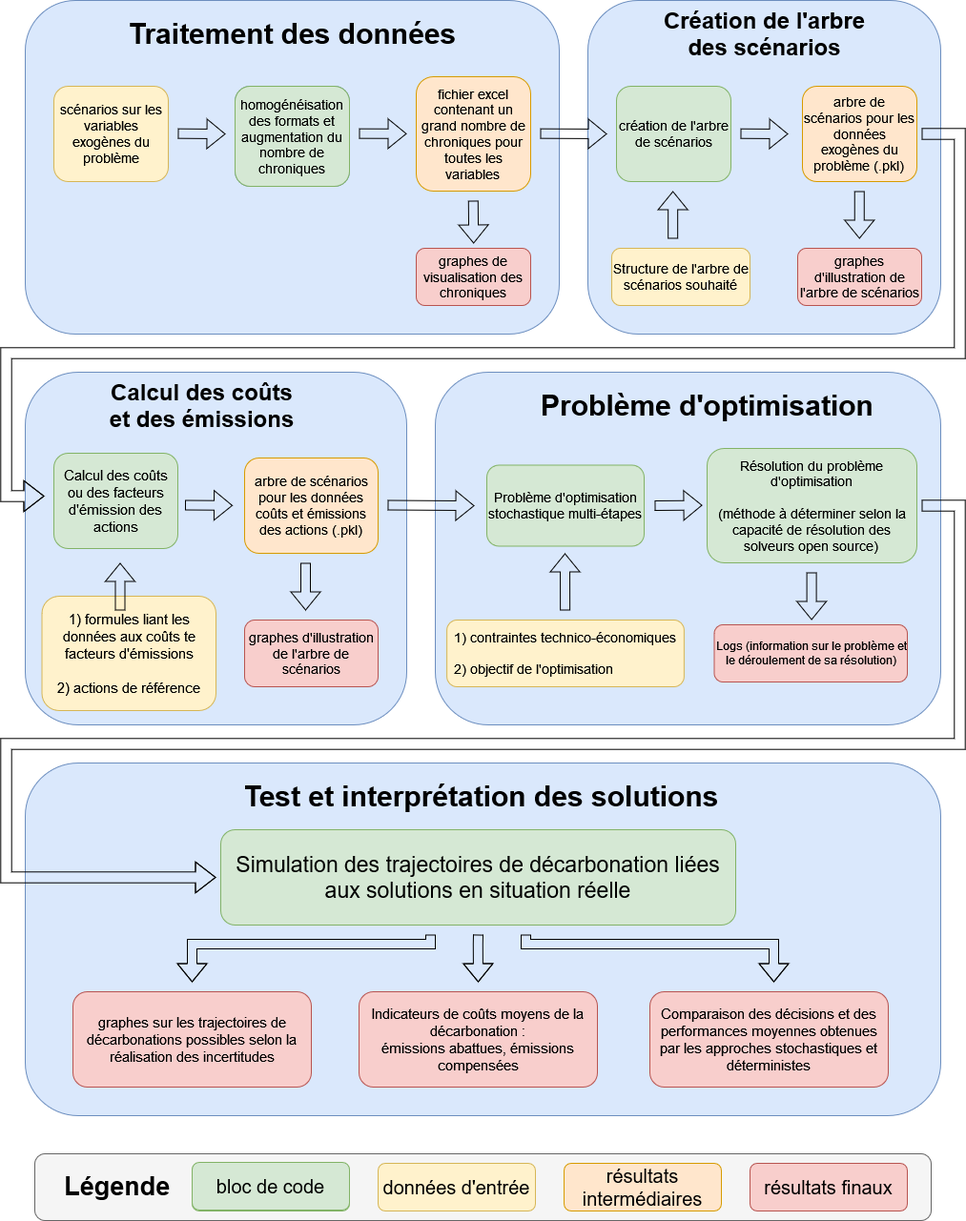
Earlier version of the draw.io export architecture_opticarb.drawio.png (Schlegen/drawio_schemes). Source tidied: cells renumbered, new cells last; positions are measured from the earlier drawing's top-left corner, leaving out a move shared by most shapes.
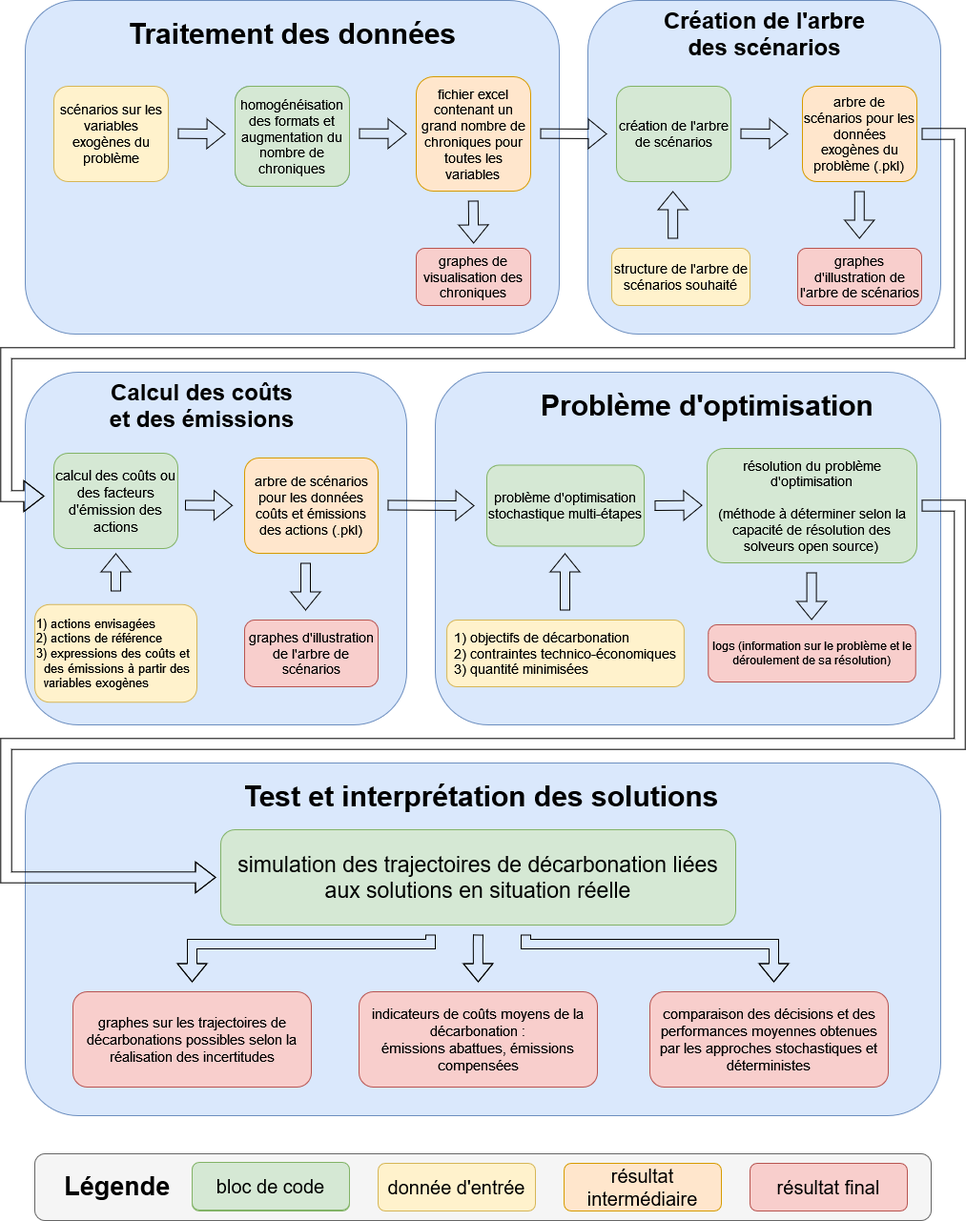
After the commit.

Change to the diagram source:
```diff
@@ -86,7 +86,7 @@
     <mxCell id="22" value="&lt;div&gt;&lt;font style=&quot;font-size: 14px;&quot;&gt;graphes d'illustration de l'arbre de scénarios&lt;/font&gt;&lt;/div&gt;" style="rounded=1;whiteSpace=wrap;html=1;fillColor=#f8cecc;strokeColor=#b85450;" parent="1" vertex="1">
       <mxGeometry x="830" y="260" width="130" height="60" as="geometry" />
     </mxCell>
-    <mxCell id="23" value="&lt;div style=&quot;font-size: 14px;&quot;&gt;&lt;font style=&quot;font-size: 14px;&quot;&gt;Problème d'optimisation stochastique multi-étapes&lt;br&gt;&lt;/font&gt;&lt;/div&gt;" style="rounded=1;whiteSpace=wrap;html=1;fillColor=#d5e8d4;strokeColor=#82b366;" parent="1" vertex="1">
+    <mxCell id="23" value="&lt;div style=&quot;font-size: 14px;&quot;&gt;&lt;font style=&quot;font-size: 14px;&quot;&gt;problème d'optimisation stochastique multi-étapes&lt;br&gt;&lt;/font&gt;&lt;/div&gt;" style="rounded=1;whiteSpace=wrap;html=1;fillColor=#d5e8d4;strokeColor=#82b366;" parent="1" vertex="1">
       <mxGeometry x="504" y="487.5" width="165" height="85" as="geometry" />
     </mxCell>
     <mxCell id="24" style="shape=flexArrow;endArrow=classic;html=1;rounded=0;width=11.428571428571429;endSize=6.666666666666666;startArrow=none;" parent="1" edge="1">
@@ -145,25 +145,25 @@
     <mxCell id="31" value="&lt;font style=&quot;font-size: 20px;&quot;&gt;bloc de code&lt;/font&gt;" style="rounded=1;whiteSpace=wrap;html=1;fillColor=#d5e8d4;strokeColor=#82b366;" parent="1" vertex="1">
       <mxGeometry x="195" y="1220" width="165" height="50" as="geometry" />
     </mxCell>
-    <mxCell id="32" value="&lt;div&gt;&lt;font style=&quot;font-size: 20px;&quot;&gt;données d'entrée&lt;/font&gt;&lt;/div&gt;" style="rounded=1;whiteSpace=wrap;html=1;fillColor=#fff2cc;strokeColor=#d6b656;" parent="1" vertex="1">
+    <mxCell id="32" value="&lt;div&gt;&lt;font style=&quot;font-size: 20px;&quot;&gt;donnée d'entrée&lt;/font&gt;&lt;/div&gt;" style="rounded=1;whiteSpace=wrap;html=1;fillColor=#fff2cc;strokeColor=#d6b656;" parent="1" vertex="1">
       <mxGeometry x="390" y="1220" width="165" height="50" as="geometry" />
     </mxCell>
-    <mxCell id="33" value="&lt;font style=&quot;font-size: 15px;&quot;&gt;Comparaison des décisions et des performances moyennes obtenues par les approches stochastiques et déterministes&lt;/font&gt;" style="rounded=1;whiteSpace=wrap;html=1;fillColor=#f8cecc;strokeColor=#b85450;" parent="1" vertex="1">
+    <mxCell id="33" value="&lt;font style=&quot;font-size: 15px;&quot;&gt;comparaison des décisions et des performances moyennes obtenues par les approches stochastiques et déterministes&lt;/font&gt;" style="rounded=1;whiteSpace=wrap;html=1;fillColor=#f8cecc;strokeColor=#b85450;" parent="1" vertex="1">
       <mxGeometry x="675" y="1040" width="250" height="100" as="geometry" />
     </mxCell>
-    <mxCell id="34" value="&lt;font style=&quot;font-size: 20px;&quot;&gt;résultats finaux&lt;/font&gt;" style="rounded=1;whiteSpace=wrap;html=1;fillColor=#f8cecc;strokeColor=#b85450;" parent="1" vertex="1">
+    <mxCell id="34" value="&lt;font style=&quot;font-size: 20px;&quot;&gt;résultat final&lt;/font&gt;" style="rounded=1;whiteSpace=wrap;html=1;fillColor=#f8cecc;strokeColor=#b85450;" parent="1" vertex="1">
       <mxGeometry x="780" y="1220" width="165" height="50" as="geometry" />
     </mxCell>
-    <mxCell id="35" value="&lt;div style=&quot;font-size: 15px;&quot;&gt;&lt;font style=&quot;font-size: 15px;&quot;&gt;Indicateurs de coûts moyens de la décarbonation : &lt;br&gt;&lt;/font&gt;&lt;/div&gt;&lt;div style=&quot;font-size: 15px;&quot;&gt;&lt;font style=&quot;font-size: 15px;&quot;&gt;émissions abattues, émissions compensées&lt;/font&gt;&lt;/div&gt;" style="rounded=1;whiteSpace=wrap;html=1;fillColor=#f8cecc;strokeColor=#b85450;" parent="1" vertex="1">
+    <mxCell id="35" value="&lt;div style=&quot;font-size: 15px;&quot;&gt;&lt;font style=&quot;font-size: 15px;&quot;&gt;indicateurs de coûts moyens de la décarbonation : &lt;br&gt;&lt;/font&gt;&lt;/div&gt;&lt;div style=&quot;font-size: 15px;&quot;&gt;&lt;font style=&quot;font-size: 15px;&quot;&gt;émissions abattues, émissions compensées&lt;/font&gt;&lt;/div&gt;" style="rounded=1;whiteSpace=wrap;html=1;fillColor=#f8cecc;strokeColor=#b85450;" parent="1" vertex="1">
       <mxGeometry x="370" y="1040" width="250" height="100" as="geometry" />
     </mxCell>
     <mxCell id="36" value="&lt;font style=&quot;font-size: 15px;&quot;&gt;graphes sur les trajectoires de décarbonations possibles selon la réalisation des incertitudes&lt;/font&gt;" style="rounded=1;whiteSpace=wrap;html=1;fillColor=#f8cecc;strokeColor=#b85450;" parent="1" vertex="1">
       <mxGeometry x="70" y="1040" width="250" height="100" as="geometry" />
     </mxCell>
-    <mxCell id="37" value="&lt;font style=&quot;font-size: 20px;&quot;&gt;résultats intermédiaires&lt;/font&gt;" style="rounded=1;whiteSpace=wrap;html=1;fillColor=#ffe6cc;strokeColor=#d79b00;" parent="1" vertex="1">
+    <mxCell id="37" value="&lt;font style=&quot;font-size: 20px;&quot;&gt;résultat intermédiaire&lt;/font&gt;" style="rounded=1;whiteSpace=wrap;html=1;fillColor=#ffe6cc;strokeColor=#d79b00;" parent="1" vertex="1">
       <mxGeometry x="585" y="1220" width="165" height="50" as="geometry" />
     </mxCell>
-    <mxCell id="38" value="&lt;font style=&quot;font-size: 23px;&quot;&gt;Simulation des trajectoires de décarbonation liées aux solutions en situation réelle&lt;/font&gt;" style="rounded=1;whiteSpace=wrap;html=1;fillColor=#d5e8d4;strokeColor=#82b366;" parent="1" vertex="1">
+    <mxCell id="38" value="&lt;font style=&quot;font-size: 23px;&quot;&gt;simulation des trajectoires de décarbonation liées aux solutions en situation réelle&lt;/font&gt;" style="rounded=1;whiteSpace=wrap;html=1;fillColor=#d5e8d4;strokeColor=#82b366;" parent="1" vertex="1">
       <mxGeometry x="225" y="870" width="540" height="100" as="geometry" />
     </mxCell>
     <mxCell id="39" value="&lt;font style=&quot;font-size: 20px;&quot;&gt;bloc de code&lt;/font&gt;" style="rounded=1;whiteSpace=wrap;html=1;fillColor=#d5e8d4;strokeColor=#82b366;" parent="1" vertex="1">
@@ -175,7 +175,7 @@
     <mxCell id="41" value="&lt;div style=&quot;font-size: 14px;&quot; align=&quot;center&quot;&gt;&lt;font style=&quot;font-size: 14px;&quot;&gt;homogénéisation des formats et augmentation du nombre de chroniques&lt;br&gt;&lt;/font&gt;&lt;/div&gt;" style="rounded=1;whiteSpace=wrap;html=1;fillColor=#d5e8d4;strokeColor=#82b366;" parent="1" vertex="1">
       <mxGeometry x="240" y="90" width="120" height="105" as="geometry" />
     </mxCell>
-    <mxCell id="42" value="&lt;div style=&quot;font-size: 14px;&quot;&gt;&lt;font style=&quot;font-size: 14px;&quot;&gt;Résolution du problème d'optimisation&lt;/font&gt;&lt;/div&gt;&lt;div style=&quot;font-size: 14px;&quot;&gt;&lt;font style=&quot;font-size: 14px;&quot;&gt;&lt;br&gt;&lt;/font&gt;&lt;/div&gt;&lt;div style=&quot;font-size: 14px;&quot;&gt;&lt;font style=&quot;font-size: 14px;&quot;&gt;(méthode à déterminer selon la capacité de résolution des solveurs open source)&lt;br&gt;&lt;/font&gt;&lt;/div&gt;" style="rounded=1;whiteSpace=wrap;html=1;fillColor=#d5e8d4;strokeColor=#82b366;" parent="1" vertex="1">
+    <mxCell id="42" value="&lt;div style=&quot;font-size: 14px;&quot;&gt;&lt;font style=&quot;font-size: 14px;&quot;&gt;résolution du problème d'optimisation&lt;/font&gt;&lt;/div&gt;&lt;div style=&quot;font-size: 14px;&quot;&gt;&lt;font style=&quot;font-size: 14px;&quot;&gt;&lt;br&gt;&lt;/font&gt;&lt;/div&gt;&lt;div style=&quot;font-size: 14px;&quot;&gt;&lt;font style=&quot;font-size: 14px;&quot;&gt;(méthode à déterminer selon la capacité de résolution des solveurs open source)&lt;br&gt;&lt;/font&gt;&lt;/div&gt;" style="rounded=1;whiteSpace=wrap;html=1;fillColor=#d5e8d4;strokeColor=#82b366;" parent="1" vertex="1">
       <mxGeometry x="735" y="470" width="220" height="120" as="geometry" />
     </mxCell>
     <mxCell id="43" value="&lt;div style=&quot;font-size: 24px;&quot;&gt;&lt;font style=&quot;font-size: 24px;&quot;&gt;&lt;b&gt;&lt;font style=&quot;font-size: 24px;&quot;&gt;Création de l'arbre &lt;br&gt;&lt;/font&gt;&lt;/b&gt;&lt;/font&gt;&lt;/div&gt;&lt;div style=&quot;font-size: 24px;&quot;&gt;&lt;font style=&quot;font-size: 24px;&quot;&gt;&lt;b&gt;&lt;font style=&quot;font-size: 24px;&quot;&gt;des scénarios&lt;/font&gt;&lt;/b&gt;&lt;/font&gt;&lt;/div&gt;" style="text;html=1;align=center;verticalAlign=middle;strokeColor=none;fillColor=none;" parent="1" vertex="1">
@@ -193,14 +193,14 @@
     <mxCell id="46" value="&lt;div&gt;&lt;font style=&quot;font-size: 14px;&quot;&gt;graphes d'illustration de l'arbre de scénarios&lt;/font&gt;&lt;/div&gt;" style="rounded=1;whiteSpace=wrap;html=1;fillColor=#f8cecc;strokeColor=#b85450;" parent="1" vertex="1">
       <mxGeometry x="250" y="650" width="140" height="70" as="geometry" />
     </mxCell>
-    <mxCell id="47" value="&lt;font style=&quot;font-size: 15px;&quot;&gt;Calcul des coûts ou des facteurs d'émission des actions &lt;/font&gt;" style="rounded=1;whiteSpace=wrap;html=1;fillColor=#d5e8d4;strokeColor=#82b366;" parent="1" vertex="1">
+    <mxCell id="47" value="&lt;font style=&quot;font-size: 15px;&quot;&gt;calcul des coûts ou des facteurs d'émission des actions &lt;/font&gt;" style="rounded=1;whiteSpace=wrap;html=1;fillColor=#d5e8d4;strokeColor=#82b366;" parent="1" vertex="1">
       <mxGeometry x="50" y="475" width="130" height="100" as="geometry" />
     </mxCell>
     <mxCell id="48" value="&lt;div style=&quot;font-size: 24px;&quot;&gt;&lt;font style=&quot;font-size: 24px;&quot;&gt;&lt;b&gt;&lt;font style=&quot;font-size: 24px;&quot;&gt;Calcul des coûts&lt;/font&gt;&lt;/b&gt;&lt;/font&gt;&lt;/div&gt;&lt;div style=&quot;font-size: 24px;&quot;&gt;&lt;font style=&quot;font-size: 24px;&quot;&gt;&lt;b&gt;&lt;font style=&quot;font-size: 24px;&quot;&gt;et des émissions&lt;br&gt;&lt;/font&gt;&lt;/b&gt;&lt;/font&gt;&lt;/div&gt;" style="text;html=1;align=center;verticalAlign=middle;strokeColor=none;fillColor=none;" parent="1" vertex="1">
       <mxGeometry x="95" y="390" width="220" height="70" as="geometry" />
     </mxCell>
-    <mxCell id="49" value="&lt;div&gt;&lt;font style=&quot;font-size: 15px;&quot;&gt;1) formules liant les données aux coûts te facteurs d'émissions&lt;/font&gt;&lt;/div&gt;&lt;div&gt;&lt;font style=&quot;font-size: 15px;&quot;&gt;&lt;br&gt;&lt;/font&gt;&lt;/div&gt;&lt;div&gt;&lt;font style=&quot;font-size: 15px;&quot;&gt;2) actions de référence&lt;br&gt;&lt;/font&gt;&lt;/div&gt;" style="rounded=1;whiteSpace=wrap;html=1;fillColor=#fff2cc;strokeColor=#d6b656;" parent="1" vertex="1">
-      <mxGeometry x="37.5" y="625" width="182.5" height="120" as="geometry" />
+    <mxCell id="49" value="&lt;div&gt;&lt;font style=&quot;font-size: 13px;&quot;&gt;1) actions envisagées&lt;/font&gt;&lt;/div&gt;&lt;div&gt;&lt;font style=&quot;font-size: 13px;&quot;&gt;2) actions de référence&lt;/font&gt;&lt;/div&gt;&lt;div style=&quot;font-size: 13px;&quot; align=&quot;left&quot;&gt;&lt;font style=&quot;font-size: 13px;&quot;&gt;3) expressions des coûts et&lt;/font&gt;&lt;/div&gt;&lt;div style=&quot;font-size: 13px;&quot; align=&quot;left&quot;&gt;&lt;font style=&quot;font-size: 13px;&quot;&gt;&amp;nbsp; des émissions à partir des&lt;/font&gt;&lt;/div&gt;&lt;div style=&quot;font-size: 13px;&quot; align=&quot;left&quot;&gt;&lt;font style=&quot;font-size: 13px;&quot;&gt;&amp;nbsp; variables exogènes&lt;br&gt;&lt;/font&gt;&lt;/div&gt;" style="rounded=1;whiteSpace=wrap;html=1;fillColor=#fff2cc;strokeColor=#d6b656;align=left;" parent="1" vertex="1">
+      <mxGeometry x="30" y="633.8" width="170" height="102.5" as="geometry" />
     </mxCell>
     <mxCell id="50" style="shape=flexArrow;endArrow=classic;html=1;rounded=0;" parent="1" edge="1">
       <mxGeometry relative="1" as="geometry">
@@ -210,14 +210,14 @@
     </mxCell>
     <mxCell id="51" style="shape=flexArrow;endArrow=classic;html=1;rounded=0;" parent="1" edge="1">
       <mxGeometry relative="1" as="geometry">
-        <mxPoint x="119.5" y="640" as="sourcePoint" />
-        <mxPoint x="119.5" y="590" as="targetPoint" />
+        <mxPoint x="115" y="620" as="sourcePoint" />
+        <mxPoint x="115" y="580" as="targetPoint" />
       </mxGeometry>
     </mxCell>
-    <mxCell id="52" value="&lt;div style=&quot;font-size: 14px;&quot; align=&quot;left&quot;&gt;&lt;font style=&quot;font-size: 14px;&quot;&gt;1) contraintes technico-économiques&lt;/font&gt;&lt;/div&gt;&lt;div style=&quot;font-size: 14px;&quot;&gt;&lt;font style=&quot;font-size: 14px;&quot;&gt;&lt;br&gt;&lt;/font&gt;&lt;/div&gt;&lt;div style=&quot;font-size: 14px;&quot; align=&quot;left&quot;&gt;&lt;font style=&quot;font-size: 14px;&quot;&gt;2) objectif de l'optimisation&lt;br&gt;&lt;/font&gt;&lt;/div&gt;" style="rounded=1;whiteSpace=wrap;html=1;fillColor=#fff2cc;strokeColor=#d6b656;" parent="1" vertex="1">
+    <mxCell id="52" value="&lt;div style=&quot;font-size: 14px;&quot; align=&quot;left&quot;&gt;&lt;font style=&quot;font-size: 14px;&quot;&gt;1) objectifs de décarbonation&lt;br&gt;&lt;/font&gt;&lt;/div&gt;&lt;div style=&quot;font-size: 14px;&quot; align=&quot;left&quot;&gt;&lt;font style=&quot;font-size: 14px;&quot;&gt;2) contraintes technico-économiques&lt;/font&gt;&lt;/div&gt;&lt;div style=&quot;font-size: 14px;&quot; align=&quot;left&quot;&gt;&lt;font style=&quot;font-size: 14px;&quot;&gt;3) quantité minimisées&lt;br&gt;&lt;/font&gt;&lt;/div&gt;" style="rounded=1;whiteSpace=wrap;html=1;fillColor=#fff2cc;strokeColor=#d6b656;align=center;" parent="1" vertex="1">
       <mxGeometry x="462.1" y="650" width="248.8" height="70" as="geometry" />
     </mxCell>
-    <mxCell id="53" value="&lt;div style=&quot;font-size: 14px;&quot;&gt;&lt;font style=&quot;font-size: 14px;&quot;&gt;Structure de l'arbre de scénarios souhaité&lt;/font&gt;&lt;/div&gt;" style="rounded=1;whiteSpace=wrap;html=1;fillColor=#fff2cc;strokeColor=#d6b656;" parent="1" vertex="1">
+    <mxCell id="53" value="&lt;div style=&quot;font-size: 14px;&quot;&gt;&lt;font style=&quot;font-size: 14px;&quot;&gt;structure de l'arbre de scénarios souhaité&lt;/font&gt;&lt;/div&gt;" style="rounded=1;whiteSpace=wrap;html=1;fillColor=#fff2cc;strokeColor=#d6b656;" parent="1" vertex="1">
       <mxGeometry x="635" y="260" width="145" height="60" as="geometry" />
     </mxCell>
     <mxCell id="54" style="shape=flexArrow;endArrow=classic;html=1;rounded=0;" parent="1" edge="1">
@@ -234,7 +234,7 @@
     </mxCell>
     <mxCell id="56" style="shape=flexArrow;endArrow=classic;html=1;rounded=0;" parent="1" edge="1">
       <mxGeometry relative="1" as="geometry">
-        <mxPoint x="586.1" y="640" as="sourcePoint" />
+        <mxPoint x="586" y="640" as="sourcePoint" />
         <mxPoint x="586" y="580" as="targetPoint" />
       </mxGeometry>
     </mxCell>
@@ -244,8 +244,8 @@
         <mxPoint x="844.6" y="650" as="targetPoint" />
       </mxGeometry>
     </mxCell>
-    <mxCell id="58" value="Logs (information sur le problème et le déroulement de sa résolution)" style="rounded=1;whiteSpace=wrap;html=1;fillColor=#f8cecc;strokeColor=#b85450;" parent="1" vertex="1">
-      <mxGeometry x="742.5" y="655" width="202.5" height="60" as="geometry" />
+    <mxCell id="58" value="logs (information sur le problème et le déroulement de sa résolution)" style="rounded=1;whiteSpace=wrap;html=1;fillColor=#f8cecc;strokeColor=#b85450;" parent="1" vertex="1">
+      <mxGeometry x="736.2" y="655" width="217.5" height="60" as="geometry" />
     </mxCell>
     <mxCell id="59" style="shape=flexArrow;endArrow=classic;html=1;rounded=0;width=11.428571428571429;endSize=6.666666666666666;startArrow=none;" parent="1" edge="1">
       <mxGeometry relative="1" as="geometry">
```
